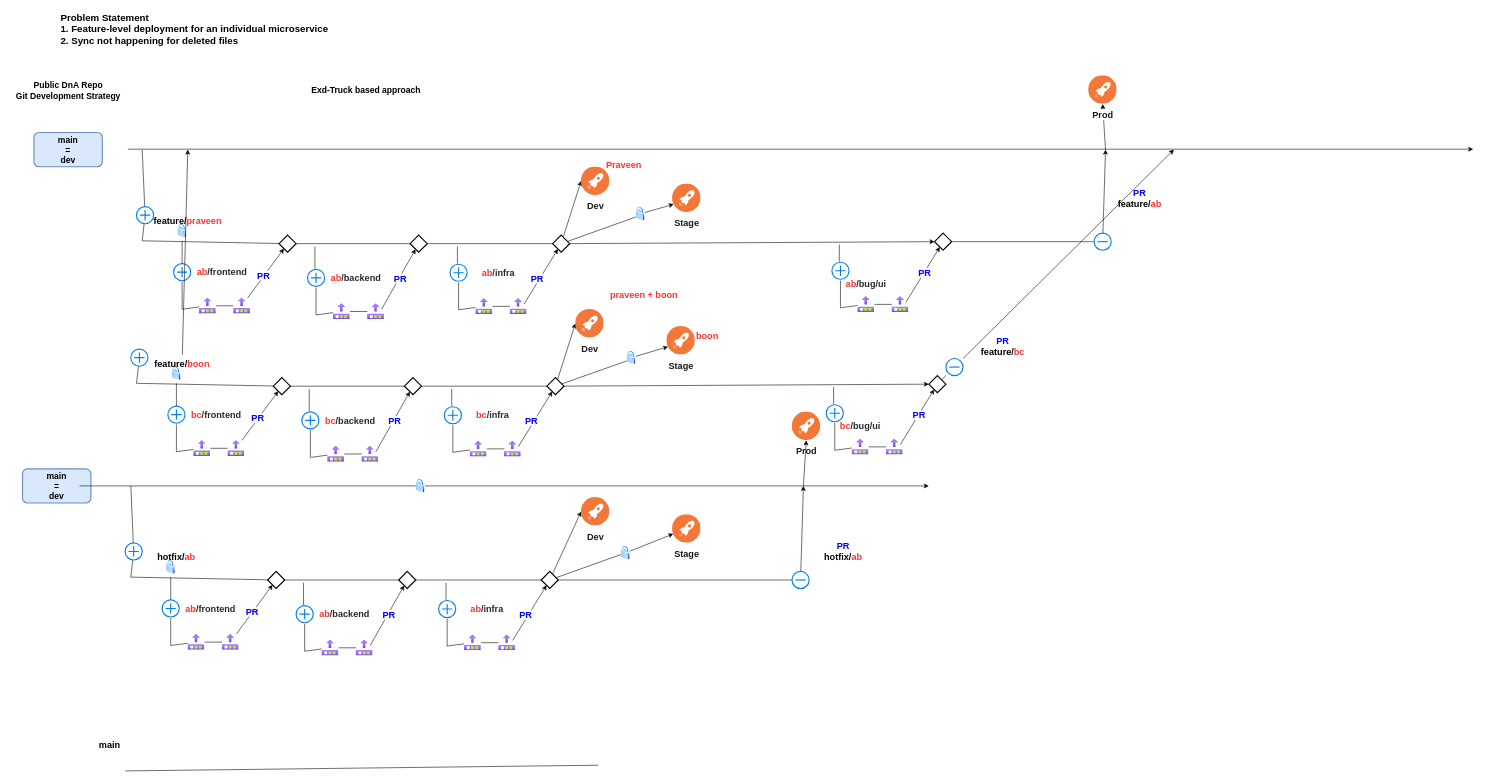
The draw.io diagram git-strategy.drawio in mercedes-benz/DnA, before the edit. Source tidied: cells renumbered, new cells numbered last; positions are measured from the earlier drawing's top-left corner, leaving out a move shared by most shapes. Both pictures are drawn from the tidied source at 57%, with x=0, y=0 at pixel (10, 10).
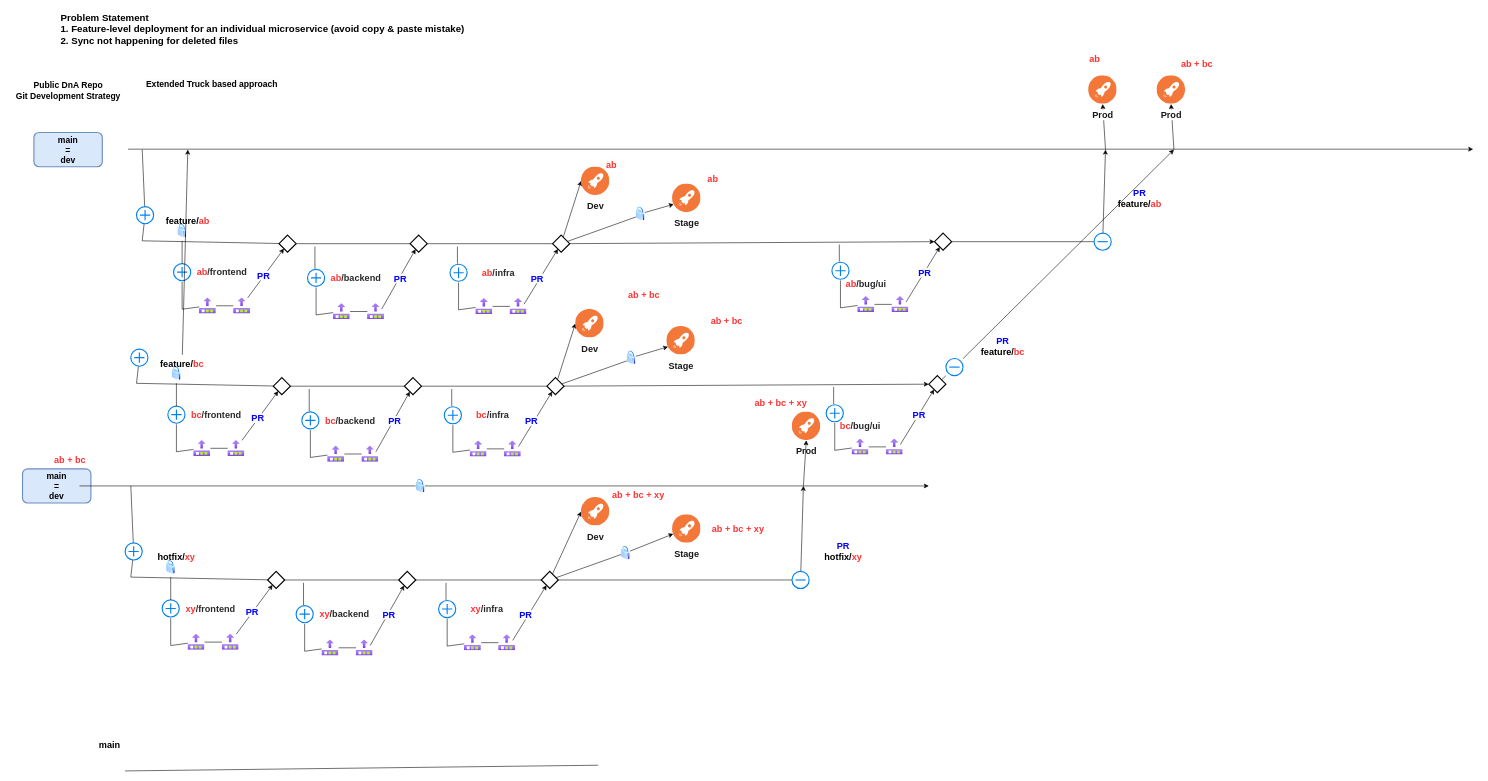
The same diagram, later.

Commit message:
INFRA; update git diagram

Diff of the diagram source:
```diff
@@
-    <mxCell id="14" value="&lt;font style=&quot;font-size: 16px;&quot;&gt;&lt;b&gt;feature/&lt;/b&gt;&lt;/font&gt;&lt;b style=&quot;border-color: var(--border-color); color: rgb(255, 51, 51); font-size: 16px;&quot;&gt;praveen&lt;/b&gt;" style="text;html=1;strokeColor=none;fillColor=none;align=center;verticalAlign=middle;whiteSpace=wrap;rounded=0;shadow=0;glass=0;labelBackgroundColor=none;labelBorderColor=none;sketch=0;strokeWidth=2;fontSize=15;" parent="1" vertex="1">
+    <mxCell id="14" value="&lt;font style=&quot;font-size: 16px;&quot;&gt;&lt;b&gt;feature/&lt;/b&gt;&lt;/font&gt;&lt;b style=&quot;border-color: var(--border-color); color: rgb(255, 51, 51); font-size: 16px;&quot;&gt;ab&lt;/b&gt;" style="text;html=1;strokeColor=none;fillColor=none;align=center;verticalAlign=middle;whiteSpace=wrap;rounded=0;shadow=0;glass=0;labelBackgroundColor=none;labelBorderColor=none;sketch=0;strokeWidth=2;fontSize=15;" parent="1" vertex="1">
       <mxGeometry x="282" y="355" width="60" height="30" as="geometry" />
     </mxCell>
@@
-    <mxCell id="72" value="&lt;font style=&quot;font-size: 16px;&quot;&gt;&lt;b&gt;&lt;font color=&quot;#ff3333&quot;&gt;ab&lt;/font&gt;&lt;font color=&quot;#2a2828&quot;&gt;/frontend&lt;/font&gt;&lt;/b&gt;&lt;/font&gt;" style="text;html=1;strokeColor=none;fillColor=none;align=center;verticalAlign=middle;whiteSpace=wrap;rounded=0;shadow=0;glass=0;labelBackgroundColor=none;labelBorderColor=none;sketch=0;strokeWidth=2;fontSize=15;" parent="1" vertex="1">
+    <mxCell id="72" value="&lt;font style=&quot;font-size: 16px;&quot;&gt;&lt;b style=&quot;border-color: var(--border-color);&quot;&gt;&lt;font style=&quot;border-color: var(--border-color);&quot; color=&quot;#ff3333&quot;&gt;xy&lt;/font&gt;&lt;/b&gt;&lt;b&gt;&lt;font color=&quot;#2a2828&quot;&gt;/frontend&lt;/font&gt;&lt;/b&gt;&lt;/font&gt;" style="text;html=1;strokeColor=none;fillColor=none;align=center;verticalAlign=middle;whiteSpace=wrap;rounded=0;shadow=0;glass=0;labelBackgroundColor=none;labelBorderColor=none;sketch=0;strokeWidth=2;fontSize=15;" parent="1" vertex="1">
       <mxGeometry x="322" y="1035" width="60" height="30" as="geometry" />
     </mxCell>
@@
-    <mxCell id="78" value="&lt;font style=&quot;font-size: 16px;&quot;&gt;&lt;b&gt;hotfix/&lt;font color=&quot;#ff3333&quot;&gt;ab&lt;/font&gt;&lt;/b&gt;&lt;/font&gt;" style="text;html=1;strokeColor=none;fillColor=none;align=center;verticalAlign=middle;whiteSpace=wrap;rounded=0;shadow=0;glass=0;labelBackgroundColor=none;labelBorderColor=none;sketch=0;strokeWidth=2;fontSize=15;" parent="1" vertex="1">
+    <mxCell id="78" value="&lt;font style=&quot;font-size: 16px;&quot;&gt;&lt;b&gt;hotfix/&lt;font color=&quot;#ff3333&quot;&gt;xy&lt;/font&gt;&lt;/b&gt;&lt;/font&gt;" style="text;html=1;strokeColor=none;fillColor=none;align=center;verticalAlign=middle;whiteSpace=wrap;rounded=0;shadow=0;glass=0;labelBackgroundColor=none;labelBorderColor=none;sketch=0;strokeWidth=2;fontSize=15;" parent="1" vertex="1">
       <mxGeometry x="262" y="945" width="60" height="30" as="geometry" />
     </mxCell>
@@
-    <mxCell id="86" value="&lt;font style=&quot;font-size: 16px;&quot;&gt;&lt;b&gt;&lt;font color=&quot;#ff3333&quot;&gt;ab&lt;/font&gt;&lt;font color=&quot;#2a2828&quot;&gt;/backend&lt;/font&gt;&lt;/b&gt;&lt;/font&gt;" style="text;html=1;strokeColor=none;fillColor=none;align=center;verticalAlign=middle;whiteSpace=wrap;rounded=0;shadow=0;glass=0;labelBackgroundColor=none;labelBorderColor=none;sketch=0;strokeWidth=2;fontSize=15;" parent="1" vertex="1">
+    <mxCell id="86" value="&lt;font style=&quot;font-size: 16px;&quot;&gt;&lt;b style=&quot;border-color: var(--border-color);&quot;&gt;&lt;font style=&quot;border-color: var(--border-color);&quot; color=&quot;#ff3333&quot;&gt;xy&lt;/font&gt;&lt;/b&gt;&lt;b&gt;&lt;font color=&quot;#2a2828&quot;&gt;/backend&lt;/font&gt;&lt;/b&gt;&lt;/font&gt;" style="text;html=1;strokeColor=none;fillColor=none;align=center;verticalAlign=middle;whiteSpace=wrap;rounded=0;shadow=0;glass=0;labelBackgroundColor=none;labelBorderColor=none;sketch=0;strokeWidth=2;fontSize=15;" parent="1" vertex="1">
       <mxGeometry x="557" y="1045" width="60" height="30" as="geometry" />
     </mxCell>
@@
-    <mxCell id="97" value="&lt;font style=&quot;font-size: 16px;&quot;&gt;&lt;b&gt;&lt;font color=&quot;#ff3333&quot;&gt;ab&lt;/font&gt;&lt;font color=&quot;#2a2828&quot;&gt;/infra&lt;/font&gt;&lt;/b&gt;&lt;/font&gt;" style="text;html=1;strokeColor=none;fillColor=none;align=center;verticalAlign=middle;whiteSpace=wrap;rounded=0;shadow=0;glass=0;labelBackgroundColor=none;labelBorderColor=none;sketch=0;strokeWidth=2;fontSize=15;" parent="1" vertex="1">
+    <mxCell id="97" value="&lt;font style=&quot;font-size: 16px;&quot;&gt;&lt;b style=&quot;border-color: var(--border-color);&quot;&gt;&lt;font style=&quot;border-color: var(--border-color);&quot; color=&quot;#ff3333&quot;&gt;xy&lt;/font&gt;&lt;/b&gt;&lt;b&gt;&lt;font color=&quot;#2a2828&quot;&gt;/infra&lt;/font&gt;&lt;/b&gt;&lt;/font&gt;" style="text;html=1;strokeColor=none;fillColor=none;align=center;verticalAlign=middle;whiteSpace=wrap;rounded=0;shadow=0;glass=0;labelBackgroundColor=none;labelBorderColor=none;sketch=0;strokeWidth=2;fontSize=15;" parent="1" vertex="1">
       <mxGeometry x="807" y="1036" width="60" height="30" as="geometry" />
     </mxCell>
@@
-    <mxCell id="112" value="&lt;font style=&quot;font-size: 16px;&quot;&gt;&lt;b&gt;&lt;font color=&quot;#0000ff&quot;&gt;PR&lt;/font&gt;&lt;br&gt;hotfix/&lt;font color=&quot;#ff3333&quot;&gt;ab&lt;/font&gt;&lt;/b&gt;&lt;/font&gt;" style="text;html=1;strokeColor=none;fillColor=none;align=center;verticalAlign=middle;whiteSpace=wrap;rounded=0;shadow=0;glass=0;labelBackgroundColor=none;labelBorderColor=none;sketch=0;strokeWidth=2;fontSize=15;" parent="1" vertex="1">
+    <mxCell id="112" value="&lt;font style=&quot;font-size: 16px;&quot;&gt;&lt;b&gt;&lt;font color=&quot;#0000ff&quot;&gt;PR&lt;/font&gt;&lt;br&gt;hotfix/&lt;font color=&quot;#ff3333&quot;&gt;xy&lt;/font&gt;&lt;/b&gt;&lt;/font&gt;" style="text;html=1;strokeColor=none;fillColor=none;align=center;verticalAlign=middle;whiteSpace=wrap;rounded=0;shadow=0;glass=0;labelBackgroundColor=none;labelBorderColor=none;sketch=0;strokeWidth=2;fontSize=15;" parent="1" vertex="1">
       <mxGeometry x="1432" y="935" width="60" height="30" as="geometry" />
     </mxCell>
@@
-    <mxCell id="121" value="&lt;b style=&quot;font-size: 17px;&quot;&gt;Problem Statement&lt;br&gt;1. Feature-level deployment for an individual microservice&lt;br&gt;2. Sync not happening for deleted files&lt;/b&gt;" style="text;html=1;align=left;verticalAlign=middle;strokeColor=none;fillColor=none;" parent="1" vertex="1">
-      <mxGeometry x="87" width="490" height="70" as="geometry" />
+    <mxCell id="121" value="&lt;b style=&quot;font-size: 17px;&quot;&gt;Problem Statement&lt;br&gt;1. Feature-level deployment for an individual microservice (avoid copy &amp;amp; paste mistake)&lt;br&gt;2. Sync not happening for deleted files&lt;/b&gt;" style="text;html=1;align=left;verticalAlign=middle;strokeColor=none;fillColor=none;" parent="1" vertex="1">
+      <mxGeometry x="87" width="730" height="70" as="geometry" />
     </mxCell>
-    <mxCell id="122" value="&lt;b style=&quot;border-color: var(--border-color); color: rgb(0, 0, 0); font-family: Helvetica; font-size: 15px; font-style: normal; font-variant-ligatures: normal; font-variant-caps: normal; letter-spacing: normal; orphans: 2; text-align: center; text-indent: 0px; text-transform: none; widows: 2; word-spacing: 0px; -webkit-text-stroke-width: 0px; background-color: rgb(251, 251, 251); text-decoration-thickness: initial; text-decoration-style: initial; text-decoration-color: initial;&quot;&gt;Exd-Truck based approach&lt;/b&gt;" style="text;whiteSpace=wrap;html=1;" parent="1" vertex="1">
-      <mxGeometry x="526.8" y="125" width="230" height="40" as="geometry" />
+    <mxCell id="122" value="&lt;b style=&quot;border-color: var(--border-color); color: rgb(0, 0, 0); font-family: Helvetica; font-size: 15px; font-style: normal; font-variant-ligatures: normal; font-variant-caps: normal; letter-spacing: normal; orphans: 2; text-align: center; text-indent: 0px; text-transform: none; widows: 2; word-spacing: 0px; -webkit-text-stroke-width: 0px; background-color: rgb(251, 251, 251); text-decoration-thickness: initial; text-decoration-style: initial; text-decoration-color: initial;&quot;&gt;Extended Truck based approach&lt;/b&gt;" style="text;whiteSpace=wrap;html=1;" parent="1" vertex="1">
+      <mxGeometry x="236.6" y="115" width="255.3" height="40" as="geometry" />
     </mxCell>
@@
-    <mxCell id="132" value="&lt;font style=&quot;font-size: 16px;&quot;&gt;&lt;b&gt;feature/&lt;/b&gt;&lt;/font&gt;&lt;b style=&quot;border-color: var(--border-color); color: rgb(255, 51, 51); font-size: 16px;&quot;&gt;boon&lt;/b&gt;" style="text;html=1;strokeColor=none;fillColor=none;align=center;verticalAlign=middle;whiteSpace=wrap;rounded=0;shadow=0;glass=0;labelBackgroundColor=none;labelBorderColor=none;sketch=0;strokeWidth=2;fontSize=15;" parent="1" vertex="1">
+    <mxCell id="132" value="&lt;font style=&quot;font-size: 16px;&quot;&gt;&lt;b&gt;feature/&lt;/b&gt;&lt;/font&gt;&lt;b style=&quot;border-color: var(--border-color); color: rgb(255, 51, 51); font-size: 16px;&quot;&gt;bc&lt;/b&gt;" style="text;html=1;strokeColor=none;fillColor=none;align=center;verticalAlign=middle;whiteSpace=wrap;rounded=0;shadow=0;glass=0;labelBackgroundColor=none;labelBorderColor=none;sketch=0;strokeWidth=2;fontSize=15;" parent="1" vertex="1">
       <mxGeometry x="272" y="605" width="60" height="30" as="geometry" />
     </mxCell>
@@
-    <mxCell id="181" value="&lt;font color=&quot;#ff3333&quot;&gt;&lt;span style=&quot;font-size: 16px;&quot;&gt;&lt;b&gt;praveen + boon&lt;/b&gt;&lt;/span&gt;&lt;/font&gt;" style="text;html=1;align=center;verticalAlign=middle;strokeColor=none;fillColor=none;" parent="1" vertex="1">
-      <mxGeometry x="1042" y="485" width="140" height="30" as="geometry" />
+    <mxCell id="181" value="&lt;font color=&quot;#ff3333&quot;&gt;&lt;span style=&quot;font-size: 16px;&quot;&gt;&lt;b&gt;ab + bc&lt;/b&gt;&lt;/span&gt;&lt;/font&gt;" style="text;html=1;align=center;verticalAlign=middle;strokeColor=none;fillColor=none;" parent="1" vertex="1">
+      <mxGeometry x="1072" y="485" width="80" height="30" as="geometry" />
     </mxCell>
@@
-    <mxCell id="191" value="&lt;b style=&quot;border-color: var(--border-color); color: rgb(255, 51, 51); font-family: Helvetica; font-size: 16px; font-style: normal; font-variant-ligatures: normal; font-variant-caps: normal; letter-spacing: normal; orphans: 2; text-align: center; text-indent: 0px; text-transform: none; widows: 2; word-spacing: 0px; -webkit-text-stroke-width: 0px; background-color: rgb(251, 251, 251); text-decoration-thickness: initial; text-decoration-style: initial; text-decoration-color: initial;&quot;&gt;Praveen&lt;/b&gt;" style="text;whiteSpace=wrap;html=1;" parent="1" vertex="1">
+    <mxCell id="191" value="&lt;b style=&quot;border-color: var(--border-color); color: rgb(255, 51, 51); font-family: Helvetica; font-size: 16px; font-style: normal; font-variant-ligatures: normal; font-variant-caps: normal; letter-spacing: normal; orphans: 2; text-align: center; text-indent: 0px; text-transform: none; widows: 2; word-spacing: 0px; -webkit-text-stroke-width: 0px; background-color: rgb(251, 251, 251); text-decoration-thickness: initial; text-decoration-style: initial; text-decoration-color: initial;&quot;&gt;ab&lt;/b&gt;" style="text;whiteSpace=wrap;html=1;" parent="1" vertex="1">
       <mxGeometry x="1044" y="255" width="70" height="40" as="geometry" />
     </mxCell>
-    <mxCell id="192" value="&lt;b style=&quot;border-color: var(--border-color); color: rgb(255, 51, 51); font-family: Helvetica; font-size: 16px; font-style: normal; font-variant-ligatures: normal; font-variant-caps: normal; letter-spacing: normal; orphans: 2; text-align: center; text-indent: 0px; text-transform: none; widows: 2; word-spacing: 0px; -webkit-text-stroke-width: 0px; background-color: rgb(251, 251, 251); text-decoration-thickness: initial; text-decoration-style: initial; text-decoration-color: initial;&quot;&gt;boon&lt;/b&gt;" style="text;whiteSpace=wrap;html=1;" parent="1" vertex="1">
-      <mxGeometry x="1202" y="555" width="70" height="40" as="geometry" />
-    </mxCell>
@@
+    <mxCell id="197" value="&lt;b style=&quot;border-color: var(--border-color); color: rgb(255, 51, 51); font-family: Helvetica; font-size: 16px; font-style: normal; font-variant-ligatures: normal; font-variant-caps: normal; letter-spacing: normal; orphans: 2; text-align: center; text-indent: 0px; text-transform: none; widows: 2; word-spacing: 0px; -webkit-text-stroke-width: 0px; background-color: rgb(251, 251, 251); text-decoration-thickness: initial; text-decoration-style: initial; text-decoration-color: initial;&quot;&gt;ab&lt;/b&gt;" style="text;whiteSpace=wrap;html=1;" parent="1" vertex="1">
+      <mxGeometry x="1222" y="280" width="70" height="40" as="geometry" />
+    </mxCell>
+    <mxCell id="198" value="&lt;font color=&quot;#ff3333&quot;&gt;&lt;span style=&quot;font-size: 16px;&quot;&gt;&lt;b&gt;ab + bc&lt;/b&gt;&lt;/span&gt;&lt;/font&gt;" style="text;html=1;align=center;verticalAlign=middle;strokeColor=none;fillColor=none;" parent="1" vertex="1">
+      <mxGeometry x="1217" y="530.5" width="80" height="30" as="geometry" />
+    </mxCell>
+    <mxCell id="199" style="edgeStyle=none;html=1;entryX=0.5;entryY=1;entryDx=0;entryDy=0;" parent="1" edge="1" target="200">
+      <mxGeometry relative="1" as="geometry">
+        <mxPoint x="2042" y="245" as="sourcePoint" />
+      </mxGeometry>
+    </mxCell>
+    <mxCell id="200" value="&lt;b&gt;&lt;font style=&quot;font-size: 16px;&quot; color=&quot;#18191b&quot;&gt;Prod&lt;/font&gt;&lt;/b&gt;" style="perimeter=ellipsePerimeter;html=1;align=center;shadow=0;dashed=0;fontColor=#4277BB;labelBackgroundColor=#ffffff;fontSize=12;spacingTop=3;image;image=img/lib/ibm/devops/continuous_deploy.svg;glass=0;labelBorderColor=none;sketch=0;strokeWidth=2;gradientColor=none;" parent="1" vertex="1">
+      <mxGeometry x="2012" y="115" width="50" height="50" as="geometry" />
+    </mxCell>
+    <mxCell id="201" value="&lt;b style=&quot;border-color: var(--border-color); color: rgb(255, 51, 51); font-family: Helvetica; font-size: 16px; font-style: normal; font-variant-ligatures: normal; font-variant-caps: normal; letter-spacing: normal; orphans: 2; text-align: center; text-indent: 0px; text-transform: none; widows: 2; word-spacing: 0px; -webkit-text-stroke-width: 0px; background-color: rgb(251, 251, 251); text-decoration-thickness: initial; text-decoration-style: initial; text-decoration-color: initial;&quot;&gt;ab&lt;/b&gt;" style="text;whiteSpace=wrap;html=1;" parent="1" vertex="1">
+      <mxGeometry x="1892" y="70" width="70" height="40" as="geometry" />
+    </mxCell>
+    <mxCell id="202" value="&lt;font color=&quot;#ff3333&quot;&gt;&lt;span style=&quot;font-size: 16px;&quot;&gt;&lt;b&gt;ab + bc&lt;/b&gt;&lt;/span&gt;&lt;/font&gt;" style="text;html=1;align=center;verticalAlign=middle;strokeColor=none;fillColor=none;" parent="1" vertex="1">
+      <mxGeometry x="2042" y="80" width="80" height="30" as="geometry" />
+    </mxCell>
+    <mxCell id="203" value="&lt;font color=&quot;#ff3333&quot;&gt;&lt;span style=&quot;font-size: 16px;&quot;&gt;&lt;b&gt;ab + bc&lt;/b&gt;&lt;/span&gt;&lt;/font&gt;" style="text;html=1;align=center;verticalAlign=middle;strokeColor=none;fillColor=none;" parent="1" vertex="1">
+      <mxGeometry x="64.5" y="775" width="80" height="30" as="geometry" />
+    </mxCell>
+    <mxCell id="204" value="&lt;font color=&quot;#ff3333&quot;&gt;&lt;span style=&quot;font-size: 16px;&quot;&gt;&lt;b&gt;ab + bc + xy&lt;/b&gt;&lt;/span&gt;&lt;/font&gt;" style="text;html=1;align=center;verticalAlign=middle;strokeColor=none;fillColor=none;" parent="1" vertex="1">
+      <mxGeometry x="1042" y="835" width="120" height="30" as="geometry" />
+    </mxCell>
+    <mxCell id="205" value="&lt;font color=&quot;#ff3333&quot;&gt;&lt;span style=&quot;font-size: 16px;&quot;&gt;&lt;b&gt;ab + bc + xy&lt;/b&gt;&lt;/span&gt;&lt;/font&gt;" style="text;html=1;align=center;verticalAlign=middle;strokeColor=none;fillColor=none;" parent="1" vertex="1">
+      <mxGeometry x="1217" y="895" width="120" height="30" as="geometry" />
+    </mxCell>
+    <mxCell id="206" value="&lt;font color=&quot;#ff3333&quot;&gt;&lt;span style=&quot;font-size: 16px;&quot;&gt;&lt;b&gt;ab + bc + xy&lt;/b&gt;&lt;/span&gt;&lt;/font&gt;" style="text;html=1;align=center;verticalAlign=middle;strokeColor=none;fillColor=none;" parent="1" vertex="1">
+      <mxGeometry x="1292" y="675" width="120" height="30" as="geometry" />
+    </mxCell>
```
